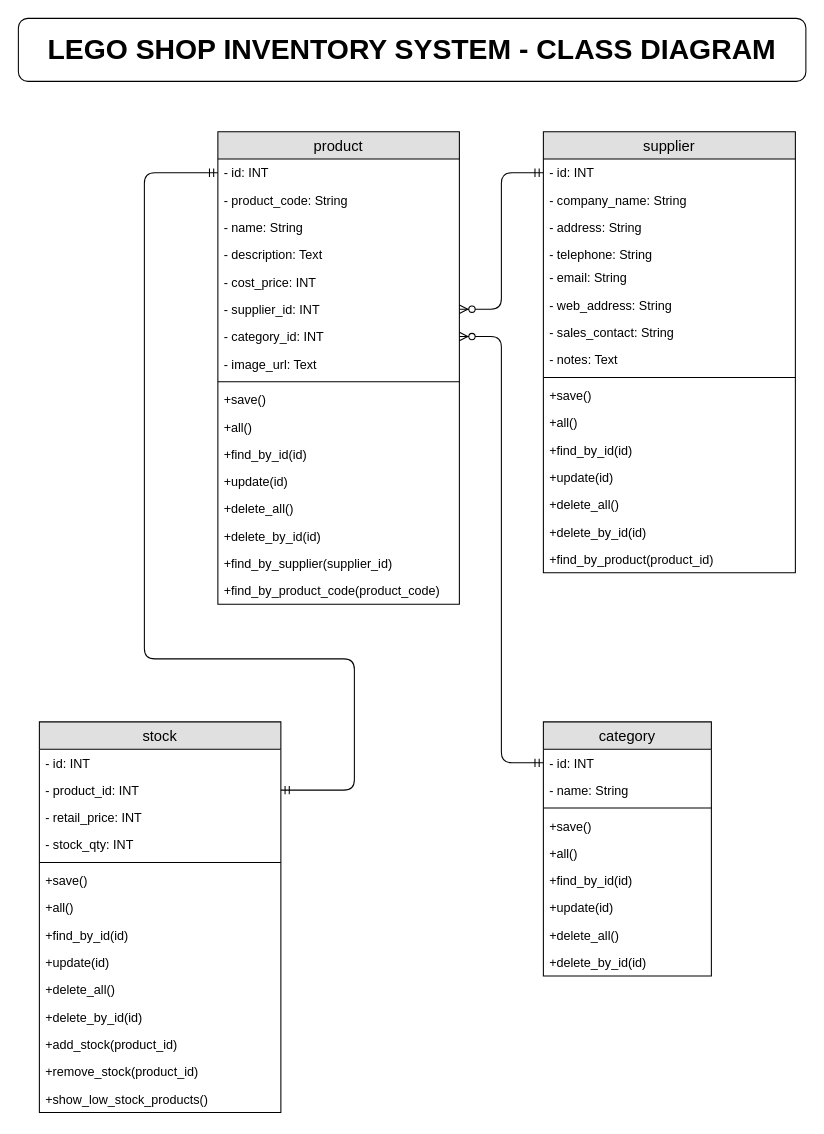
Earlier version of the draw.io diagram diagrams/class_diagram.drawio (aramsay03/lego_shop_inventory_project). Source tidied: cells renumbered, new cells numbered last; positions are measured from the earlier drawing's top-left corner, leaving out a move shared by most shapes. Both pictures are drawn from the tidied source at 105%, with x=0, y=0 at pixel (18, 18).
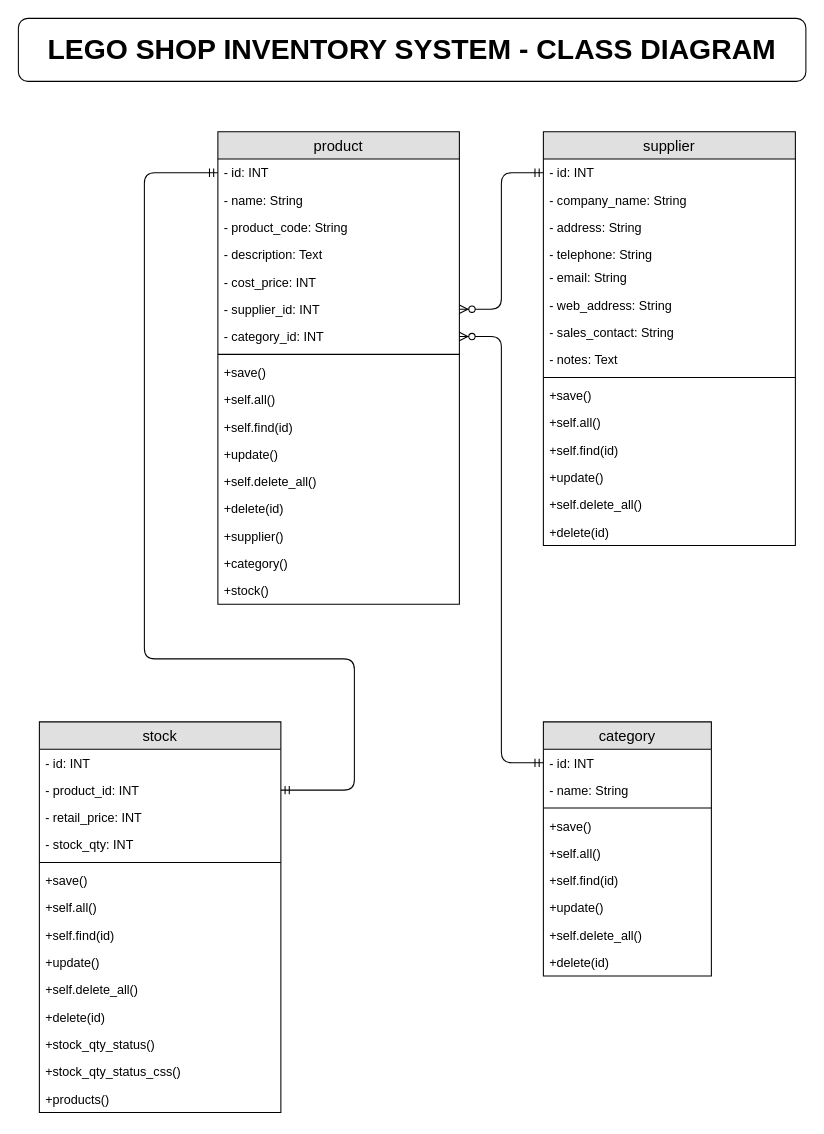
The same page after the edit.

The change refers to these unchanged cells:
```xml
<mxCell id="3" value="product" style="swimlane;fontStyle=0;horizontal=1;startSize=26;fillColor=#e0e0e0;swimlaneFillColor=#ffffff;align=center;fontSize=14;" parent="1" vertex="1">
  <mxGeometry x="190" y="108" width="230" height="450" as="geometry" />
</mxCell>
<mxCell id="38" value="stock" style="swimlane;fontStyle=0;horizontal=1;startSize=26;fillColor=#e0e0e0;swimlaneFillColor=#ffffff;align=center;fontSize=14;" parent="1" vertex="1">
  <mxGeometry x="20" y="670" width="230" height="372" as="geometry" />
</mxCell>
<mxCell id="53" value="category" style="swimlane;fontStyle=0;horizontal=1;startSize=26;fillColor=#e0e0e0;swimlaneFillColor=#ffffff;align=center;fontSize=14;" parent="1" vertex="1">
  <mxGeometry x="500" y="670" width="160" height="242" as="geometry" />
</mxCell>
```

The edit, as a diff of the source:
```diff
@@
+    <mxCell id="6" value="- name: String" style="text;strokeColor=none;fillColor=none;spacingLeft=4;spacingRight=4;overflow=hidden;fontSize=12;" parent="3" vertex="1">
+      <mxGeometry y="52" width="230" height="26" as="geometry" />
+    </mxCell>
     <mxCell id="5" value="- product_code: String" style="text;strokeColor=none;fillColor=none;spacingLeft=4;spacingRight=4;overflow=hidden;fontSize=12;" parent="3" vertex="1">
-      <mxGeometry y="52" width="230" height="26" as="geometry" />
+      <mxGeometry y="78" width="230" height="26" as="geometry" />
     </mxCell>
-    <mxCell id="6" value="- name: String" style="text;strokeColor=none;fillColor=none;spacingLeft=4;spacingRight=4;overflow=hidden;fontSize=12;" parent="3" vertex="1">
-      <mxGeometry y="78" width="230" height="26" as="geometry" />
-    </mxCell>
@@
-    <mxCell id="11" value="- image_url: Text" style="text;strokeColor=none;fillColor=none;spacingLeft=4;spacingRight=4;overflow=hidden;fontSize=12;" parent="3" vertex="1">
-      <mxGeometry y="208" width="230" height="26" as="geometry" />
-    </mxCell>
     <mxCell id="12" style="line;strokeWidth=1;fillColor=none;align=left;verticalAlign=middle;spacingTop=-1;spacingLeft=3;spacingRight=3;labelPosition=right;fontSize=12;" parent="3" vertex="1">
-      <mxGeometry y="234" width="230" height="8" as="geometry" />
+      <mxGeometry y="208" width="230" height="8" as="geometry" />
     </mxCell>
     <mxCell id="13" value="+save()" style="text;strokeColor=none;fillColor=none;spacingLeft=4;spacingRight=4;overflow=hidden;fontSize=12;" parent="3" vertex="1">
-      <mxGeometry y="242" width="230" height="26" as="geometry" />
+      <mxGeometry y="216" width="230" height="26" as="geometry" />
     </mxCell>
-    <mxCell id="14" value="+all()" style="text;strokeColor=none;fillColor=none;spacingLeft=4;spacingRight=4;overflow=hidden;fontSize=12;" parent="3" vertex="1">
-      <mxGeometry y="268" width="230" height="26" as="geometry" />
+    <mxCell id="14" value="+self.all()" style="text;strokeColor=none;fillColor=none;spacingLeft=4;spacingRight=4;overflow=hidden;fontSize=12;" parent="3" vertex="1">
+      <mxGeometry y="242" width="230" height="26" as="geometry" />
     </mxCell>
-    <mxCell id="15" value="+find_by_id(id)" style="text;strokeColor=none;fillColor=none;spacingLeft=4;spacingRight=4;overflow=hidden;fontSize=12;" parent="3" vertex="1">
-      <mxGeometry y="294" width="230" height="26" as="geometry" />
+    <mxCell id="15" value="+self.find(id)" style="text;strokeColor=none;fillColor=none;spacingLeft=4;spacingRight=4;overflow=hidden;fontSize=12;" parent="3" vertex="1">
+      <mxGeometry y="268" width="230" height="26" as="geometry" />
     </mxCell>
-    <mxCell id="16" value="+update(id)" style="text;strokeColor=none;fillColor=none;spacingLeft=4;spacingRight=4;overflow=hidden;fontSize=12;" parent="3" vertex="1">
-      <mxGeometry y="320" width="230" height="26" as="geometry" />
+    <mxCell id="16" value="+update()" style="text;strokeColor=none;fillColor=none;spacingLeft=4;spacingRight=4;overflow=hidden;fontSize=12;" parent="3" vertex="1">
+      <mxGeometry y="294" width="230" height="26" as="geometry" />
     </mxCell>
-    <mxCell id="17" value="+delete_all()" style="text;strokeColor=none;fillColor=none;spacingLeft=4;spacingRight=4;overflow=hidden;fontSize=12;" parent="3" vertex="1">
-      <mxGeometry y="346" width="230" height="26" as="geometry" />
+    <mxCell id="17" value="+self.delete_all()" style="text;strokeColor=none;fillColor=none;spacingLeft=4;spacingRight=4;overflow=hidden;fontSize=12;" parent="3" vertex="1">
+      <mxGeometry y="320" width="230" height="26" as="geometry" />
     </mxCell>
-    <mxCell id="18" value="+delete_by_id(id)" style="text;strokeColor=none;fillColor=none;spacingLeft=4;spacingRight=4;overflow=hidden;fontSize=12;" parent="3" vertex="1">
-      <mxGeometry y="372" width="230" height="26" as="geometry" />
+    <mxCell id="18" value="+delete(id)" style="text;strokeColor=none;fillColor=none;spacingLeft=4;spacingRight=4;overflow=hidden;fontSize=12;" parent="3" vertex="1">
+      <mxGeometry y="346" width="230" height="26" as="geometry" />
     </mxCell>
-    <mxCell id="19" value="+find_by_supplier(supplier_id)" style="text;strokeColor=none;fillColor=none;spacingLeft=4;spacingRight=4;overflow=hidden;fontSize=12;" parent="3" vertex="1">
-      <mxGeometry y="398" width="230" height="26" as="geometry" />
+    <mxCell id="19" value="+supplier()" style="text;strokeColor=none;fillColor=none;spacingLeft=4;spacingRight=4;overflow=hidden;fontSize=12;" parent="3" vertex="1">
+      <mxGeometry y="372" width="230" height="26" as="geometry" />
     </mxCell>
+    <mxCell id="66" value="+category()" style="text;strokeColor=none;fillColor=none;spacingLeft=4;spacingRight=4;overflow=hidden;fontSize=12;" parent="3" vertex="1">
+      <mxGeometry y="398" width="230" height="26" as="geometry" />
+    </mxCell>
-    <mxCell id="20" value="+find_by_product_code(product_code)" style="text;strokeColor=none;fillColor=none;spacingLeft=4;spacingRight=4;overflow=hidden;fontSize=12;" parent="3" vertex="1">
+    <mxCell id="20" value="+stock()" style="text;strokeColor=none;fillColor=none;spacingLeft=4;spacingRight=4;overflow=hidden;fontSize=12;" parent="3" vertex="1">
       <mxGeometry y="424" width="230" height="26" as="geometry" />
     </mxCell>
     <mxCell id="21" value="supplier" style="swimlane;fontStyle=0;horizontal=1;startSize=26;fillColor=#e0e0e0;swimlaneFillColor=#ffffff;align=center;fontSize=14;" parent="1" vertex="1">
-      <mxGeometry x="500" y="108" width="240" height="420" as="geometry" />
+      <mxGeometry x="500" y="108" width="240" height="394" as="geometry" />
     </mxCell>
@@
-    <mxCell id="32" value="+all()" style="text;strokeColor=none;fillColor=none;spacingLeft=4;spacingRight=4;overflow=hidden;fontSize=12;" parent="21" vertex="1">
+    <mxCell id="32" value="+self.all()" style="text;strokeColor=none;fillColor=none;spacingLeft=4;spacingRight=4;overflow=hidden;fontSize=12;" parent="21" vertex="1">
       <mxGeometry y="264" width="240" height="26" as="geometry" />
     </mxCell>
-    <mxCell id="33" value="+find_by_id(id)" style="text;strokeColor=none;fillColor=none;spacingLeft=4;spacingRight=4;overflow=hidden;fontSize=12;" parent="21" vertex="1">
+    <mxCell id="33" value="+self.find(id)" style="text;strokeColor=none;fillColor=none;spacingLeft=4;spacingRight=4;overflow=hidden;fontSize=12;" parent="21" vertex="1">
       <mxGeometry y="290" width="240" height="26" as="geometry" />
     </mxCell>
-    <mxCell id="34" value="+update(id)" style="text;strokeColor=none;fillColor=none;spacingLeft=4;spacingRight=4;overflow=hidden;fontSize=12;" parent="21" vertex="1">
+    <mxCell id="34" value="+update()" style="text;strokeColor=none;fillColor=none;spacingLeft=4;spacingRight=4;overflow=hidden;fontSize=12;" parent="21" vertex="1">
       <mxGeometry y="316" width="240" height="26" as="geometry" />
     </mxCell>
-    <mxCell id="35" value="+delete_all()" style="text;strokeColor=none;fillColor=none;spacingLeft=4;spacingRight=4;overflow=hidden;fontSize=12;" parent="21" vertex="1">
+    <mxCell id="35" value="+self.delete_all()" style="text;strokeColor=none;fillColor=none;spacingLeft=4;spacingRight=4;overflow=hidden;fontSize=12;" parent="21" vertex="1">
       <mxGeometry y="342" width="240" height="26" as="geometry" />
     </mxCell>
-    <mxCell id="36" value="+delete_by_id(id)" style="text;strokeColor=none;fillColor=none;spacingLeft=4;spacingRight=4;overflow=hidden;fontSize=12;" parent="21" vertex="1">
+    <mxCell id="36" value="+delete(id)" style="text;strokeColor=none;fillColor=none;spacingLeft=4;spacingRight=4;overflow=hidden;fontSize=12;" parent="21" vertex="1">
       <mxGeometry y="368" width="240" height="26" as="geometry" />
     </mxCell>
-    <mxCell id="37" value="+find_by_product(product_id)" style="text;strokeColor=none;fillColor=none;spacingLeft=4;spacingRight=4;overflow=hidden;fontSize=12;" parent="21" vertex="1">
-      <mxGeometry y="394" width="240" height="26" as="geometry" />
-    </mxCell>
@@
-    <mxCell id="45" value="+all()" style="text;strokeColor=none;fillColor=none;spacingLeft=4;spacingRight=4;overflow=hidden;fontSize=12;" parent="38" vertex="1">
+    <mxCell id="45" value="+self.all()" style="text;strokeColor=none;fillColor=none;spacingLeft=4;spacingRight=4;overflow=hidden;fontSize=12;" parent="38" vertex="1">
       <mxGeometry y="164" width="230" height="26" as="geometry" />
     </mxCell>
-    <mxCell id="46" value="+find_by_id(id)" style="text;strokeColor=none;fillColor=none;spacingLeft=4;spacingRight=4;overflow=hidden;fontSize=12;" parent="38" vertex="1">
+    <mxCell id="46" value="+self.find(id)" style="text;strokeColor=none;fillColor=none;spacingLeft=4;spacingRight=4;overflow=hidden;fontSize=12;" parent="38" vertex="1">
       <mxGeometry y="190" width="230" height="26" as="geometry" />
     </mxCell>
-    <mxCell id="47" value="+update(id)" style="text;strokeColor=none;fillColor=none;spacingLeft=4;spacingRight=4;overflow=hidden;fontSize=12;" parent="38" vertex="1">
+    <mxCell id="47" value="+update()" style="text;strokeColor=none;fillColor=none;spacingLeft=4;spacingRight=4;overflow=hidden;fontSize=12;" parent="38" vertex="1">
       <mxGeometry y="216" width="230" height="26" as="geometry" />
     </mxCell>
-    <mxCell id="48" value="+delete_all()" style="text;strokeColor=none;fillColor=none;spacingLeft=4;spacingRight=4;overflow=hidden;fontSize=12;" parent="38" vertex="1">
+    <mxCell id="48" value="+self.delete_all()" style="text;strokeColor=none;fillColor=none;spacingLeft=4;spacingRight=4;overflow=hidden;fontSize=12;" parent="38" vertex="1">
       <mxGeometry y="242" width="230" height="26" as="geometry" />
     </mxCell>
-    <mxCell id="49" value="+delete_by_id(id)" style="text;strokeColor=none;fillColor=none;spacingLeft=4;spacingRight=4;overflow=hidden;fontSize=12;" parent="38" vertex="1">
+    <mxCell id="49" value="+delete(id)" style="text;strokeColor=none;fillColor=none;spacingLeft=4;spacingRight=4;overflow=hidden;fontSize=12;" parent="38" vertex="1">
       <mxGeometry y="268" width="230" height="26" as="geometry" />
     </mxCell>
-    <mxCell id="50" value="+add_stock(product_id)" style="text;strokeColor=none;fillColor=none;spacingLeft=4;spacingRight=4;overflow=hidden;fontSize=12;" parent="38" vertex="1">
+    <mxCell id="50" value="+stock_qty_status()" style="text;strokeColor=none;fillColor=none;spacingLeft=4;spacingRight=4;overflow=hidden;fontSize=12;" parent="38" vertex="1">
       <mxGeometry y="294" width="230" height="26" as="geometry" />
     </mxCell>
-    <mxCell id="51" value="+remove_stock(product_id)" style="text;strokeColor=none;fillColor=none;spacingLeft=4;spacingRight=4;overflow=hidden;fontSize=12;" parent="38" vertex="1">
+    <mxCell id="51" value="+stock_qty_status_css()" style="text;strokeColor=none;fillColor=none;spacingLeft=4;spacingRight=4;overflow=hidden;fontSize=12;" parent="38" vertex="1">
       <mxGeometry y="320" width="230" height="26" as="geometry" />
     </mxCell>
-    <mxCell id="52" value="+show_low_stock_products()" style="text;strokeColor=none;fillColor=none;spacingLeft=4;spacingRight=4;overflow=hidden;fontSize=12;" parent="38" vertex="1">
+    <mxCell id="52" value="+products()" style="text;strokeColor=none;fillColor=none;spacingLeft=4;spacingRight=4;overflow=hidden;fontSize=12;" parent="38" vertex="1">
       <mxGeometry y="346" width="230" height="26" as="geometry" />
     </mxCell>
@@
-    <mxCell id="58" value="+all()" style="text;strokeColor=none;fillColor=none;spacingLeft=4;spacingRight=4;overflow=hidden;fontSize=12;" parent="53" vertex="1">
+    <mxCell id="58" value="+self.all()" style="text;strokeColor=none;fillColor=none;spacingLeft=4;spacingRight=4;overflow=hidden;fontSize=12;" parent="53" vertex="1">
       <mxGeometry y="112" width="160" height="26" as="geometry" />
     </mxCell>
-    <mxCell id="59" value="+find_by_id(id)" style="text;strokeColor=none;fillColor=none;spacingLeft=4;spacingRight=4;overflow=hidden;fontSize=12;" parent="53" vertex="1">
+    <mxCell id="59" value="+self.find(id)" style="text;strokeColor=none;fillColor=none;spacingLeft=4;spacingRight=4;overflow=hidden;fontSize=12;" parent="53" vertex="1">
       <mxGeometry y="138" width="160" height="26" as="geometry" />
     </mxCell>
-    <mxCell id="60" value="+update(id)" style="text;strokeColor=none;fillColor=none;spacingLeft=4;spacingRight=4;overflow=hidden;fontSize=12;" parent="53" vertex="1">
+    <mxCell id="60" value="+update()" style="text;strokeColor=none;fillColor=none;spacingLeft=4;spacingRight=4;overflow=hidden;fontSize=12;" parent="53" vertex="1">
       <mxGeometry y="164" width="160" height="26" as="geometry" />
     </mxCell>
-    <mxCell id="61" value="+delete_all()" style="text;strokeColor=none;fillColor=none;spacingLeft=4;spacingRight=4;overflow=hidden;fontSize=12;" parent="53" vertex="1">
+    <mxCell id="61" value="+self.delete_all()" style="text;strokeColor=none;fillColor=none;spacingLeft=4;spacingRight=4;overflow=hidden;fontSize=12;" parent="53" vertex="1">
       <mxGeometry y="190" width="160" height="26" as="geometry" />
     </mxCell>
-    <mxCell id="62" value="+delete_by_id(id)" style="text;strokeColor=none;fillColor=none;spacingLeft=4;spacingRight=4;overflow=hidden;fontSize=12;" parent="53" vertex="1">
+    <mxCell id="62" value="+delete(id)" style="text;strokeColor=none;fillColor=none;spacingLeft=4;spacingRight=4;overflow=hidden;fontSize=12;" parent="53" vertex="1">
       <mxGeometry y="216" width="160" height="26" as="geometry" />
     </mxCell>
```
